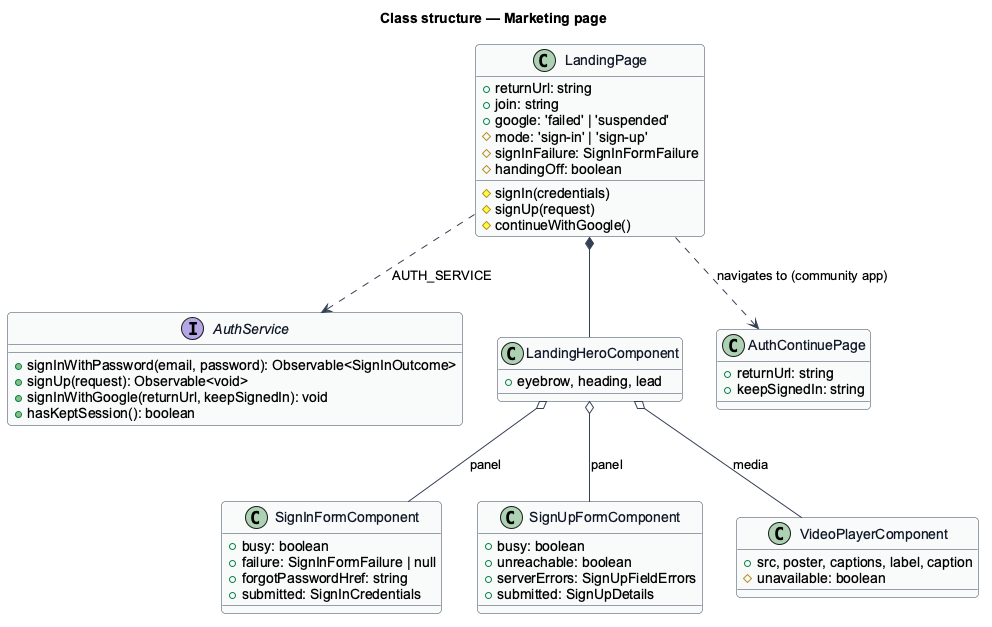
QuinntyneBrown/faithtech-community keeps this PlantUML diagram as docs/detailed-designs/marketing/landing-page/diagrams/class-structure.png. Above is the earlier version.
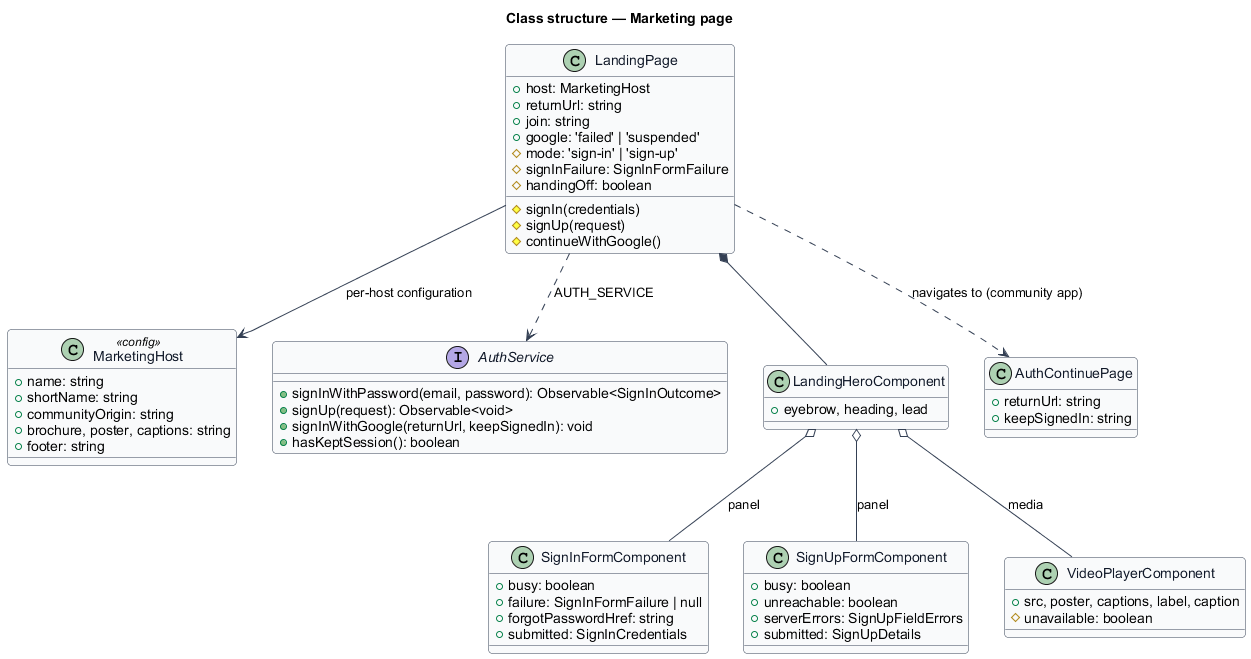
Above is the later version.

Diff of the diagram source:
```diff
@@ -11,7 +11,15 @@
 }
 title Class structure — Marketing page
 
+class MarketingHost <<config>> {
+  +name: string
+  +shortName: string
+  +communityOrigin: string
+  +brochure, poster, captions: string
+  +footer: string
+}
 class LandingPage {
+  +host: MarketingHost
   +returnUrl: string
   +join: string
   +google: 'failed' | 'suspended'
@@ -52,6 +60,7 @@
   +keepSignedIn: string
 }
 LandingPage ..> AuthService : AUTH_SERVICE
+LandingPage --> MarketingHost : per-host configuration
 LandingPage *-- LandingHeroComponent
 LandingHeroComponent o-- SignInFormComponent : panel
 LandingHeroComponent o-- SignUpFormComponent : panel
```
